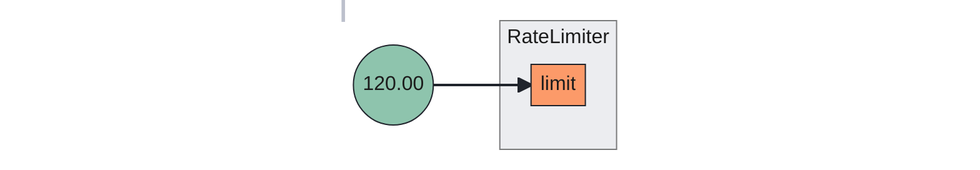
dataongunlaws/aperture keeps this Mermaid diagram as docs/content/policies/tutorial/assets/static-rate-limiting/static-rate-limiting.mmd.png. Above is the earlier version. Its source is kept beside it as docs/content/policies/tutorial/assets/static-rate-limiting/static-rate-limiting.mmd.
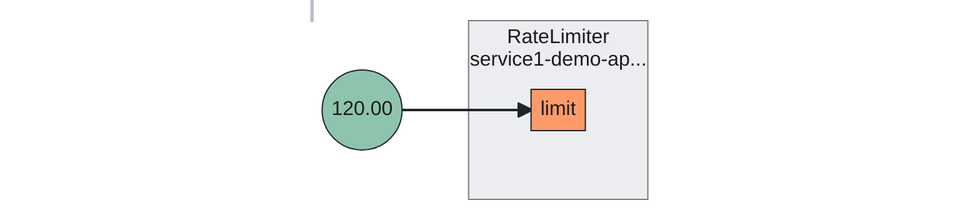
After the commit.

What changed in the source:
```diff
@@ -1,6 +1,9 @@
 flowchart LR
-subgraph 0[RateLimiter]
+subgraph 0[<center>RateLimiter<br/>service1-demo-ap...</center>]
+subgraph 0_inports[ ]
+style 0_inports fill:none,stroke:none
 0limit[limit]
+end
 end
 FakeConstant0((120.00))
 FakeConstant0 --> 0limit
```
